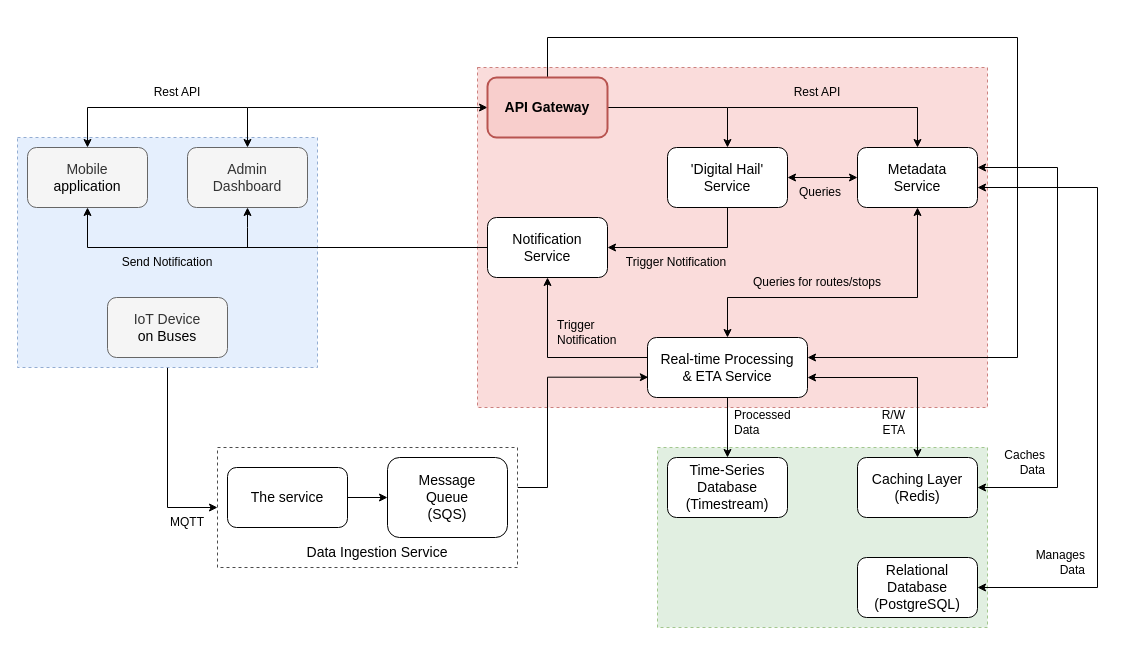
Earlier version of the draw.io diagram AWSSystemComponentDesign.drawio (lukas0173/Draw.io). Source tidied: cells renumbered, new cells numbered last; positions are measured from the earlier drawing's top-left corner, leaving out a move shared by most shapes. Both pictures are drawn from the tidied source at 100%, with x=0, y=0 at pixel (17, 37).
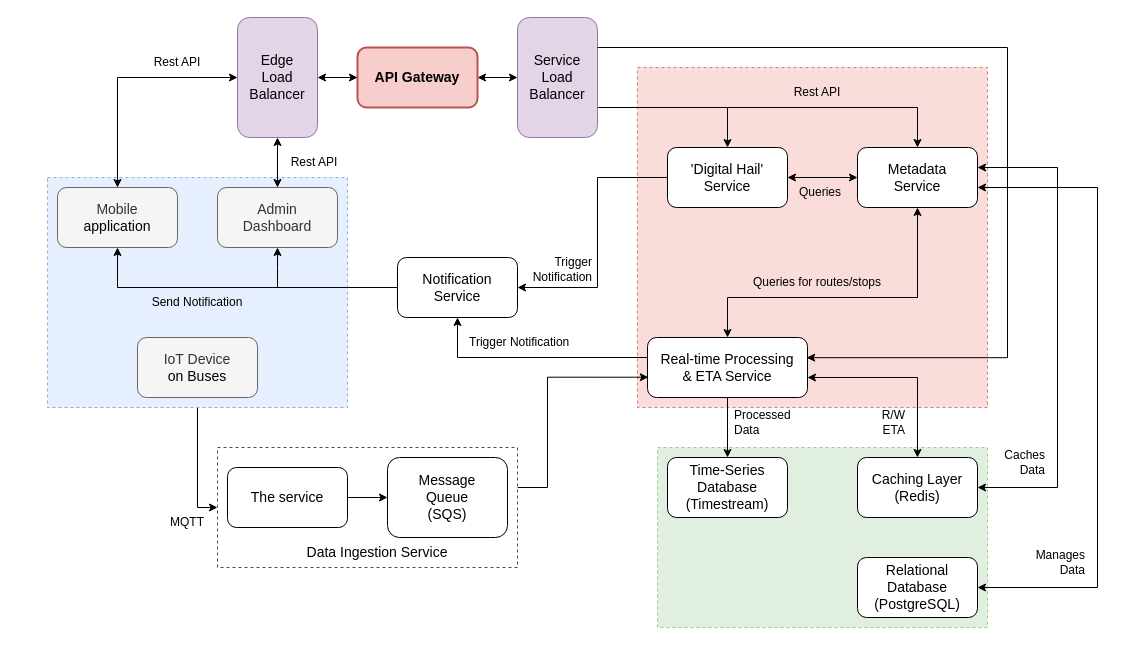
After the change.

Unchanged cells that the change refers to:
```xml
<mxCell id="22" value="&lt;span style=&quot;font-size: 14px;&quot;&gt;Real-time Processing&lt;/span&gt;&lt;div&gt;&lt;span style=&quot;font-size: 14px;&quot;&gt;&amp;amp; ETA Service&lt;/span&gt;&lt;/div&gt;" style="rounded=1;whiteSpace=wrap;html=1;" parent="1" vertex="1">
  <mxGeometry x="630" y="300" width="160" height="60" as="geometry" />
</mxCell>
<mxCell id="29" value="'Digital Hail'&lt;div&gt;Service&lt;/div&gt;" style="rounded=1;whiteSpace=wrap;html=1;fontSize=14;" parent="1" vertex="1">
  <mxGeometry x="650" y="110" width="120" height="60" as="geometry" />
</mxCell>
```

Diff of the diagram source:
```diff
@@
     <mxCell id="3" style="rounded=0;whiteSpace=wrap;html=1;dashed=1;fillColor=#f8cecc;strokeColor=#b85450;opacity=70;" parent="1" vertex="1">
-      <mxGeometry x="460" y="30" width="510" height="340" as="geometry" />
+      <mxGeometry x="620" y="30" width="350" height="340" as="geometry" />
     </mxCell>
@@
     <mxCell id="5" style="rounded=0;whiteSpace=wrap;html=1;dashed=1;fillColor=#dae8fc;strokeColor=#6c8ebf;opacity=70;" parent="1" vertex="1">
-      <mxGeometry y="100" width="300" height="230" as="geometry" />
+      <mxGeometry x="30" y="140" width="300" height="230" as="geometry" />
     </mxCell>
@@
     <mxCell id="8" value="&lt;font style=&quot;font-size: 14px;&quot;&gt;IoT Device&lt;/font&gt;&lt;div&gt;&lt;span style=&quot;background-color: transparent; color: light-dark(rgb(0, 0, 0), rgb(255, 255, 255));&quot;&gt;&lt;font style=&quot;font-size: 14px;&quot;&gt;on Buses&lt;/font&gt;&lt;/span&gt;&lt;/div&gt;" style="rounded=1;whiteSpace=wrap;html=1;fillColor=#f5f5f5;fontColor=#333333;strokeColor=#666666;" parent="1" vertex="1">
-      <mxGeometry x="90" y="260" width="120" height="60" as="geometry" />
+      <mxGeometry x="120" y="300" width="120" height="60" as="geometry" />
     </mxCell>
-    <mxCell id="9" style="edgeStyle=orthogonalEdgeStyle;rounded=0;jettySize=auto;html=1;endArrow=none;endFill=0;startArrow=classic;startFill=1;" parent="1" edge="1" source="10">
-      <mxGeometry relative="1" as="geometry">
-        <mxPoint x="230" y="70" as="targetPoint" />
-        <Array as="points">
-          <mxPoint x="70" y="70" />
-        </Array>
-      </mxGeometry>
-    </mxCell>
+    <mxCell id="51" style="edgeStyle=orthogonalEdgeStyle;rounded=0;jettySize=auto;html=1;entryX=0.5;entryY=1;entryDx=0;entryDy=0;startArrow=classic;startFill=1;" parent="1" edge="1" source="10" target="55">
+      <mxGeometry relative="1" as="geometry">
+        <Array as="points">
+          <mxPoint x="100" y="40" />
+        </Array>
+      </mxGeometry>
+    </mxCell>
     <mxCell id="10" value="&lt;span style=&quot;font-size: 14px;&quot;&gt;Mobile&lt;/span&gt;&lt;div&gt;&lt;span style=&quot;font-size: 14px; background-color: transparent; color: light-dark(rgb(0, 0, 0), rgb(255, 255, 255));&quot;&gt;application&lt;/span&gt;&lt;/div&gt;" style="rounded=1;whiteSpace=wrap;html=1;fillColor=#f5f5f5;fontColor=#333333;strokeColor=#666666;" parent="1" vertex="1">
-      <mxGeometry x="10" y="110" width="120" height="60" as="geometry" />
+      <mxGeometry x="40" y="150" width="120" height="60" as="geometry" />
     </mxCell>
     <mxCell id="11" style="edgeStyle=orthogonalEdgeStyle;rounded=0;jettySize=auto;html=1;endArrow=none;endFill=0;startArrow=classic;startFill=1;" parent="1" edge="1" source="12">
       <mxGeometry relative="1" as="geometry">
-        <mxPoint x="230" y="210" as="targetPoint" />
+        <mxPoint x="260" y="250" as="targetPoint" />
       </mxGeometry>
     </mxCell>
+    <mxCell id="52" style="edgeStyle=orthogonalEdgeStyle;rounded=0;jettySize=auto;html=1;entryX=1;entryY=0.5;entryDx=0;entryDy=0;startArrow=classic;startFill=1;" parent="1" edge="1" source="12" target="55">
+      <mxGeometry relative="1" as="geometry" />
+    </mxCell>
     <mxCell id="12" value="&lt;span style=&quot;font-size: 14px;&quot;&gt;Admin&lt;/span&gt;&lt;div&gt;&lt;span style=&quot;font-size: 14px;&quot;&gt;Dashboard&lt;/span&gt;&lt;/div&gt;" style="rounded=1;whiteSpace=wrap;html=1;fillColor=#f5f5f5;fontColor=#333333;strokeColor=#666666;" parent="1" vertex="1">
-      <mxGeometry x="170" y="110" width="120" height="60" as="geometry" />
+      <mxGeometry x="200" y="150" width="120" height="60" as="geometry" />
     </mxCell>
@@
     <mxCell id="19" style="edgeStyle=orthogonalEdgeStyle;rounded=0;jettySize=auto;html=1;entryX=0.5;entryY=1;entryDx=0;entryDy=0;" parent="1" edge="1" source="22" target="31">
       <mxGeometry relative="1" as="geometry">
         <Array as="points">
-          <mxPoint x="530" y="320" />
+          <mxPoint x="440" y="320" />
         </Array>
       </mxGeometry>
     </mxCell>
@@
-    <mxCell id="23" style="edgeStyle=orthogonalEdgeStyle;rounded=0;jettySize=auto;html=1;entryX=0.5;entryY=0;entryDx=0;entryDy=0;startArrow=classic;startFill=1;endArrow=classic;endFill=1;" parent="1" edge="1" source="26" target="12">
-      <mxGeometry relative="1" as="geometry" />
-    </mxCell>
-    <mxCell id="24" style="edgeStyle=orthogonalEdgeStyle;rounded=0;jettySize=auto;html=1;entryX=0.5;entryY=0;entryDx=0;entryDy=0;" parent="1" edge="1" source="26" target="29">
-      <mxGeometry relative="1" as="geometry" />
-    </mxCell>
-    <mxCell id="25" style="edgeStyle=orthogonalEdgeStyle;rounded=0;jettySize=auto;html=1;" parent="1" edge="1" source="26">
-      <mxGeometry relative="1" as="geometry">
-        <mxPoint x="790" y="320" as="targetPoint" />
-        <Array as="points">
-          <mxPoint x="530" />
-          <mxPoint x="1000" />
-          <mxPoint x="1000" y="320" />
-          <mxPoint x="790" y="320" />
-        </Array>
-      </mxGeometry>
-    </mxCell>
+    <mxCell id="53" style="edgeStyle=orthogonalEdgeStyle;rounded=0;jettySize=auto;html=1;startArrow=classic;startFill=1;" parent="1" edge="1" source="26" target="57">
+      <mxGeometry relative="1" as="geometry" />
+    </mxCell>
     <mxCell id="26" value="&lt;span&gt;API Gateway&lt;/span&gt;" style="rounded=1;whiteSpace=wrap;html=1;fillColor=#f8cecc;strokeColor=#b85450;strokeWidth=2;fontStyle=1;fontSize=14;" parent="1" vertex="1">
-      <mxGeometry x="470" y="40" width="120" height="60" as="geometry" />
+      <mxGeometry x="340" y="10" width="120" height="60" as="geometry" />
     </mxCell>
@@
     <mxCell id="28" style="edgeStyle=orthogonalEdgeStyle;rounded=0;jettySize=auto;html=1;entryX=1;entryY=0.5;entryDx=0;entryDy=0;" parent="1" edge="1" source="29" target="31">
       <mxGeometry relative="1" as="geometry">
         <Array as="points">
-          <mxPoint x="710" y="210" />
+          <mxPoint x="580" y="140" />
+          <mxPoint x="580" y="250" />
         </Array>
       </mxGeometry>
     </mxCell>
@@
     <mxCell id="31" value="Notification&lt;div&gt;Service&lt;/div&gt;" style="rounded=1;whiteSpace=wrap;html=1;fontSize=14;" parent="1" vertex="1">
-      <mxGeometry x="470" y="180" width="120" height="60" as="geometry" />
+      <mxGeometry x="380" y="220" width="120" height="60" as="geometry" />
     </mxCell>
     <mxCell id="32" value="Send Notification" style="text;html=1;whiteSpace=wrap;strokeColor=none;fillColor=none;align=center;verticalAlign=middle;rounded=0;" parent="1" vertex="1">
-      <mxGeometry x="80" y="210" width="140" height="30" as="geometry" />
+      <mxGeometry x="110" y="250" width="140" height="30" as="geometry" />
     </mxCell>
-    <mxCell id="33" value="Trigger Notification" style="text;html=1;whiteSpace=wrap;strokeColor=none;fillColor=none;align=center;verticalAlign=middle;rounded=0;" parent="1" vertex="1">
-      <mxGeometry x="603" y="210" width="112" height="30" as="geometry" />
+    <mxCell id="33" value="Trigger&lt;div&gt;Notification&lt;/div&gt;" style="text;html=1;whiteSpace=wrap;strokeColor=none;fillColor=none;align=right;verticalAlign=middle;rounded=0;" parent="1" vertex="1">
+      <mxGeometry x="465" y="217" width="112" height="30" as="geometry" />
     </mxCell>
@@
     <mxCell id="39" value="Rest API" style="text;html=1;whiteSpace=wrap;strokeColor=none;fillColor=none;align=center;verticalAlign=middle;rounded=0;" parent="1" vertex="1">
-      <mxGeometry x="130" y="40" width="60" height="30" as="geometry" />
+      <mxGeometry x="267" y="110" width="60" height="30" as="geometry" />
     </mxCell>
-    <mxCell id="40" value="Trigger&lt;div&gt;Notification&lt;/div&gt;" style="text;html=1;whiteSpace=wrap;strokeColor=none;fillColor=none;align=left;verticalAlign=middle;rounded=0;" parent="1" vertex="1">
-      <mxGeometry x="538" y="280" width="112" height="30" as="geometry" />
+    <mxCell id="40" value="Trigger&amp;nbsp;&lt;span style=&quot;background-color: transparent; color: light-dark(rgb(0, 0, 0), rgb(255, 255, 255));&quot;&gt;Notification&lt;/span&gt;" style="text;html=1;whiteSpace=wrap;strokeColor=none;fillColor=none;align=left;verticalAlign=middle;rounded=0;" parent="1" vertex="1">
+      <mxGeometry x="450" y="290" width="160" height="30" as="geometry" />
     </mxCell>
@@
+    <mxCell id="54" style="edgeStyle=orthogonalEdgeStyle;rounded=0;jettySize=auto;html=1;startArrow=classic;startFill=1;" parent="1" edge="1" source="55" target="26">
+      <mxGeometry relative="1" as="geometry" />
+    </mxCell>
+    <mxCell id="55" value="&lt;div&gt;&lt;span style=&quot;font-size: 14px;&quot;&gt;Edge&lt;/span&gt;&lt;/div&gt;&lt;span style=&quot;font-size: 14px;&quot;&gt;Load&lt;/span&gt;&lt;div&gt;&lt;span style=&quot;font-size: 14px;&quot;&gt;Balancer&lt;/span&gt;&lt;/div&gt;" style="rounded=1;whiteSpace=wrap;html=1;fillColor=#e1d5e7;strokeColor=#9673a6;direction=south;" parent="1" vertex="1">
+      <mxGeometry x="220" y="-20" width="80" height="120" as="geometry" />
+    </mxCell>
+    <mxCell id="56" style="edgeStyle=orthogonalEdgeStyle;rounded=0;jettySize=auto;html=1;entryX=0.5;entryY=0;entryDx=0;entryDy=0;" parent="1" edge="1" source="57" target="29">
+      <mxGeometry relative="1" as="geometry">
+        <Array as="points">
+          <mxPoint x="710" y="70" />
+        </Array>
+      </mxGeometry>
+    </mxCell>
+    <mxCell id="57" value="&lt;div&gt;&lt;span style=&quot;font-size: 14px;&quot;&gt;Service&lt;/span&gt;&lt;/div&gt;&lt;span style=&quot;font-size: 14px;&quot;&gt;Load&lt;/span&gt;&lt;div&gt;&lt;span style=&quot;font-size: 14px;&quot;&gt;Balancer&lt;/span&gt;&lt;/div&gt;" style="rounded=1;whiteSpace=wrap;html=1;fillColor=#e1d5e7;strokeColor=#9673a6;direction=south;" parent="1" vertex="1">
+      <mxGeometry x="500" y="-20" width="80" height="120" as="geometry" />
+    </mxCell>
+    <mxCell id="58" style="edgeStyle=orthogonalEdgeStyle;rounded=0;jettySize=auto;html=1;entryX=0.995;entryY=0.336;entryDx=0;entryDy=0;entryPerimeter=0;" parent="1" edge="1" source="57" target="22">
+      <mxGeometry relative="1" as="geometry">
+        <Array as="points">
+          <mxPoint x="990" y="10" />
+          <mxPoint x="990" y="320" />
+        </Array>
+      </mxGeometry>
+    </mxCell>
+    <mxCell id="59" value="Rest API" style="text;html=1;whiteSpace=wrap;strokeColor=none;fillColor=none;align=center;verticalAlign=middle;rounded=0;" parent="1" vertex="1">
+      <mxGeometry x="130" y="10" width="60" height="30" as="geometry" />
+    </mxCell>
```
